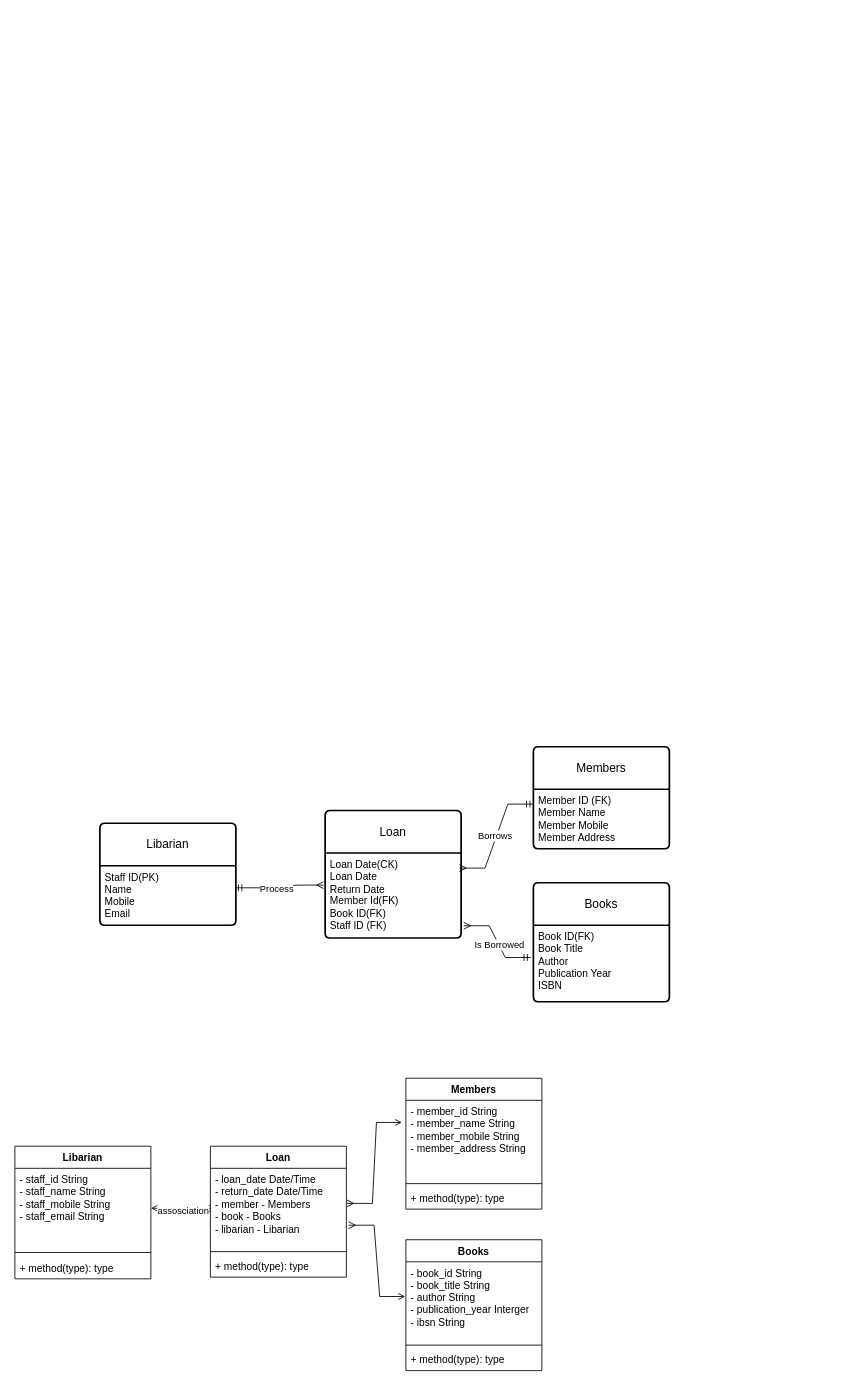
Earlier version of the draw.io diagram Untitled Diagram.drawio (TamaMak/at1). Source tidied: cells renumbered, new cells numbered last; positions are measured from the earlier drawing's top-left corner, leaving out a move shared by most shapes. Both pictures are drawn from the tidied source at 85%, with x=0, y=0 at pixel (14, 746).
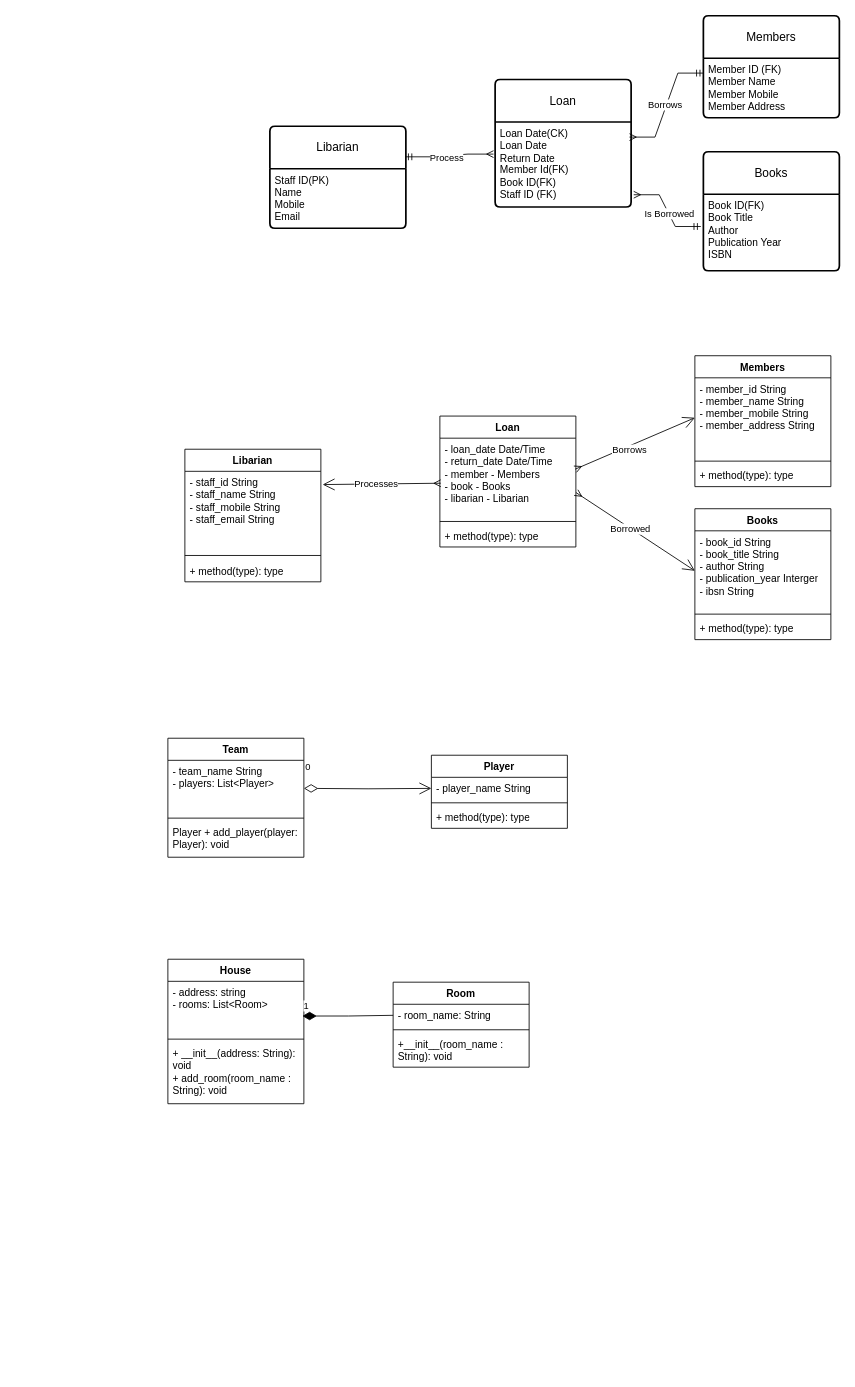
The same page after the edit.

Unchanged cells that the change refers to:
```xml
<mxCell id="7" value="&lt;div&gt;Loan Date(CK)&lt;/div&gt;Loan Date&lt;div&gt;Return Date&lt;/div&gt;&lt;div&gt;Member Id(FK)&lt;/div&gt;&lt;div&gt;Book ID(FK)&lt;/div&gt;&lt;div&gt;Staff ID (FK)&lt;/div&gt;" style="align=left;strokeColor=none;fillColor=none;spacingLeft=4;fontSize=12;verticalAlign=top;html=1;" parent="6" vertex="1">
  <mxGeometry y="50" width="160" height="100" as="geometry" />
</mxCell>
<mxCell id="9" value="Staff ID(PK)&lt;div&gt;Name&amp;nbsp;&lt;/div&gt;&lt;div&gt;Mobile&lt;/div&gt;&lt;div&gt;Email&lt;/div&gt;" style="align=left;strokeColor=none;fillColor=none;spacingLeft=4;fontSize=12;verticalAlign=top;html=1;" parent="8" vertex="1">
  <mxGeometry y="50" width="160" height="70" as="geometry" />
</mxCell>
<mxCell id="17" value="&lt;span style=&quot;text-wrap: nowrap;&quot;&gt;- book_id String&lt;/span&gt;&lt;div style=&quot;text-wrap: nowrap;&quot;&gt;- book_title&amp;nbsp;&lt;span style=&quot;background-color: initial;&quot;&gt;String&lt;/span&gt;&lt;/div&gt;&lt;div style=&quot;text-wrap: nowrap;&quot;&gt;- author&amp;nbsp;&lt;span style=&quot;background-color: initial;&quot;&gt;String&lt;/span&gt;&lt;/div&gt;&lt;div style=&quot;text-wrap: nowrap;&quot;&gt;- publication_year Interger&lt;/div&gt;&lt;div style=&quot;text-wrap: nowrap;&quot;&gt;- ibsn String&lt;/div&gt;" style="text;strokeColor=none;fillColor=none;align=left;verticalAlign=top;spacingLeft=4;spacingRight=4;overflow=hidden;points=[[0,0.5],[1,0.5]];portConstraint=eastwest;whiteSpace=wrap;html=1;" parent="16" vertex="1">
  <mxGeometry y="26" width="160" height="94" as="geometry" />
</mxCell>
<mxCell id="21" value="&lt;span style=&quot;text-wrap: nowrap;&quot;&gt;- member_id String&lt;/span&gt;&lt;div style=&quot;text-wrap: nowrap;&quot;&gt;- member_name&amp;nbsp;&lt;span style=&quot;background-color: initial;&quot;&gt;String&lt;/span&gt;&lt;/div&gt;&lt;div style=&quot;text-wrap: nowrap;&quot;&gt;- member_mobile&amp;nbsp;&lt;span style=&quot;background-color: initial;&quot;&gt;String&lt;/span&gt;&lt;/div&gt;&lt;div style=&quot;text-wrap: nowrap;&quot;&gt;- member_address&amp;nbsp;&lt;span style=&quot;background-color: initial;&quot;&gt;String&lt;/span&gt;&lt;/div&gt;" style="text;strokeColor=none;fillColor=none;align=left;verticalAlign=top;spacingLeft=4;spacingRight=4;overflow=hidden;points=[[0,0.5],[1,0.5]];portConstraint=eastwest;whiteSpace=wrap;html=1;" parent="20" vertex="1">
  <mxGeometry y="26" width="160" height="94" as="geometry" />
</mxCell>
<mxCell id="25" value="&lt;div style=&quot;text-wrap: nowrap;&quot;&gt;- loan_date&amp;nbsp;&lt;span style=&quot;background-color: initial;&quot;&gt;Date/Time&lt;/span&gt;&lt;/div&gt;&lt;div style=&quot;text-wrap: nowrap;&quot;&gt;- return_date Date/Time&lt;/div&gt;&lt;div style=&quot;text-wrap: nowrap;&quot;&gt;- member - Members&lt;/div&gt;&lt;div style=&quot;text-wrap: nowrap;&quot;&gt;&lt;span style=&quot;background-color: initial;&quot;&gt;- book - Books&lt;/span&gt;&lt;/div&gt;&lt;div style=&quot;text-wrap: nowrap;&quot;&gt;- libarian - Libarian&lt;/div&gt;" style="text;strokeColor=none;fillColor=none;align=left;verticalAlign=top;spacingLeft=4;spacingRight=4;overflow=hidden;points=[[0,0.5],[1,0.5]];portConstraint=eastwest;whiteSpace=wrap;html=1;" parent="24" vertex="1">
  <mxGeometry y="26" width="160" height="94" as="geometry" />
</mxCell>
<mxCell id="29" value="- staff_id String&lt;div&gt;- staff_name String&lt;/div&gt;&lt;div&gt;- staff_mobile String&lt;/div&gt;&lt;div&gt;- staff_email String&lt;/div&gt;" style="text;strokeColor=none;fillColor=none;align=left;verticalAlign=top;spacingLeft=4;spacingRight=4;overflow=hidden;points=[[0,0.5],[1,0.5]];portConstraint=eastwest;whiteSpace=wrap;html=1;" parent="28" vertex="1">
  <mxGeometry y="26" width="160" height="94" as="geometry" />
</mxCell>
```

Diff of the diagram source:
```diff
@@
     <mxCell id="2" value="Books" style="swimlane;horizontal=1;startSize=50;rounded=1;fontSize=14;fontStyle=0;strokeWidth=2;shadow=0;dashed=0;align=center;arcSize=4;whiteSpace=wrap;html=1;" parent="1" vertex="1">
-      <mxGeometry x="610" y="160" width="160" height="140" as="geometry" />
+      <mxGeometry x="810" y="-700" width="160" height="140" as="geometry" />
     </mxCell>
@@
     <mxCell id="4" value="Members" style="swimlane;horizontal=1;startSize=50;rounded=1;fontSize=14;fontStyle=0;strokeWidth=2;shadow=0;dashed=0;align=center;arcSize=4;whiteSpace=wrap;html=1;" parent="1" vertex="1">
-      <mxGeometry x="610" width="160" height="120" as="geometry" />
+      <mxGeometry x="810" y="-860" width="160" height="120" as="geometry" />
     </mxCell>
@@
     <mxCell id="6" value="Loan" style="swimlane;horizontal=1;startSize=50;rounded=1;fontSize=14;fontStyle=0;strokeWidth=2;shadow=0;dashed=0;align=center;arcSize=4;whiteSpace=wrap;html=1;" parent="1" vertex="1">
-      <mxGeometry x="365" y="75" width="160" height="150" as="geometry" />
+      <mxGeometry x="565" y="-785" width="160" height="150" as="geometry" />
     </mxCell>
@@
     <mxCell id="8" value="Libarian" style="swimlane;horizontal=1;startSize=50;rounded=1;fontSize=14;fontStyle=0;strokeWidth=2;shadow=0;dashed=0;align=center;arcSize=4;whiteSpace=wrap;html=1;" parent="1" vertex="1">
-      <mxGeometry x="100" y="90" width="160" height="120" as="geometry" />
+      <mxGeometry x="300" y="-730" width="160" height="120" as="geometry" />
     </mxCell>
@@
-    <mxCell id="14" style="edgeStyle=entityRelationEdgeStyle;fontSize=12;html=1;endArrow=ERmany;rounded=0;entryX=-0.012;entryY=0.378;entryDx=0;entryDy=0;entryPerimeter=0;exitX=0.994;exitY=0.371;exitDx=0;exitDy=0;exitPerimeter=0;endFill=0;startArrow=ERmandOne;startFill=0;" parent="1" edge="1" source="9" target="7">
-      <mxGeometry relative="1" as="geometry" />
+    <mxCell id="14" style="edgeStyle=entityRelationEdgeStyle;fontSize=12;html=1;endArrow=ERmany;rounded=0;entryX=-0.012;entryY=0.378;entryDx=0;entryDy=0;entryPerimeter=0;exitX=0.994;exitY=0.371;exitDx=0;exitDy=0;exitPerimeter=0;endFill=0;startArrow=ERmandOne;startFill=0;" parent="1" edge="1" target="7">
+      <mxGeometry relative="1" as="geometry">
+        <mxPoint x="459" y="-694" as="sourcePoint" />
+      </mxGeometry>
     </mxCell>
@@
     <mxCell id="16" value="Books" style="swimlane;fontStyle=1;align=center;verticalAlign=top;horizontal=1;startSize=26;whiteSpace=wrap;html=1;" parent="1" vertex="1">
-      <mxGeometry x="460" y="580" width="160" height="154" as="geometry" />
+      <mxGeometry x="800" y="-280" width="160" height="154" as="geometry" />
     </mxCell>
@@
     <mxCell id="20" value="Members" style="swimlane;fontStyle=1;align=center;verticalAlign=top;horizontal=1;startSize=26;whiteSpace=wrap;html=1;" parent="1" vertex="1">
-      <mxGeometry x="460" y="390" width="160" height="154" as="geometry" />
+      <mxGeometry x="800" y="-460" width="160" height="154" as="geometry" />
     </mxCell>
@@
     <mxCell id="24" value="Loan" style="swimlane;fontStyle=1;align=center;verticalAlign=top;horizontal=1;startSize=26;whiteSpace=wrap;html=1;" parent="1" vertex="1">
-      <mxGeometry x="230" y="470" width="160" height="154" as="geometry" />
+      <mxGeometry x="500" y="-389" width="160" height="154" as="geometry" />
     </mxCell>
@@
     <mxCell id="28" value="Libarian" style="swimlane;fontStyle=1;align=center;verticalAlign=top;horizontal=1;startSize=26;whiteSpace=wrap;html=1;" parent="1" vertex="1">
-      <mxGeometry y="470" width="160" height="156" as="geometry" />
+      <mxGeometry x="200" y="-350" width="160" height="156" as="geometry" />
     </mxCell>
@@
-    <mxCell id="32" style="edgeStyle=entityRelationEdgeStyle;fontSize=12;html=1;endArrow=ERmany;endFill=0;rounded=0;entryX=0;entryY=0.5;entryDx=0;entryDy=0;exitX=1;exitY=0.5;exitDx=0;exitDy=0;startArrow=open;startFill=0;" parent="1" edge="1" source="29" target="25">
-      <mxGeometry relative="1" as="geometry" />
-    </mxCell>
-    <mxCell id="33" value="assosciation" style="edgeLabel;html=1;align=center;verticalAlign=middle;" parent="32" vertex="1">
-      <mxGeometry x="0.07" y="-2" relative="1" as="geometry" />
-    </mxCell>
-    <mxCell id="34" style="edgeStyle=entityRelationEdgeStyle;fontSize=12;html=1;endArrow=ERmany;endFill=0;rounded=0;entryX=1.004;entryY=0.439;entryDx=0;entryDy=0;entryPerimeter=0;exitX=-0.029;exitY=0.277;exitDx=0;exitDy=0;exitPerimeter=0;startArrow=open;startFill=0;" parent="1" edge="1" source="21" target="25">
-      <mxGeometry relative="1" as="geometry" />
-    </mxCell>
-    <mxCell id="35" style="edgeStyle=entityRelationEdgeStyle;fontSize=12;html=1;endArrow=ERmany;endFill=0;rounded=0;entryX=1.016;entryY=0.712;entryDx=0;entryDy=0;entryPerimeter=0;exitX=-0.005;exitY=0.434;exitDx=0;exitDy=0;exitPerimeter=0;startArrow=open;startFill=0;" parent="1" edge="1" source="17" target="25">
-      <mxGeometry relative="1" as="geometry" />
-    </mxCell>
+    <mxCell id="36" style="endArrow=open;endFill=1;endSize=12;html=1;rounded=0;entryX=1.013;entryY=0.591;entryDx=0;entryDy=0;entryPerimeter=0;startArrow=ERmany;startFill=0;" parent="1" edge="1">
+      <mxGeometry relative="1" as="geometry">
+        <mxPoint x="501" y="-310" as="sourcePoint" />
+        <mxPoint x="362.1" y="-308.4" as="targetPoint" />
+      </mxGeometry>
+    </mxCell>
+    <mxCell id="37" value="Processes" style="edgeLabel;html=1;align=center;verticalAlign=middle;" parent="36" vertex="1">
+      <mxGeometry x="0.11" relative="1" as="geometry" />
+    </mxCell>
+    <mxCell id="38" style="endArrow=open;endFill=1;endSize=12;html=1;rounded=0;entryX=0;entryY=0.5;entryDx=0;entryDy=0;exitX=0.995;exitY=0.388;exitDx=0;exitDy=0;exitPerimeter=0;startArrow=ERmany;startFill=0;" parent="1" edge="1" source="25" target="21">
+      <mxGeometry relative="1" as="geometry" />
+    </mxCell>
+    <mxCell id="39" value="Borrows" style="edgeLabel;html=1;align=center;verticalAlign=middle;" parent="38" vertex="1">
+      <mxGeometry x="-0.13" y="-4" relative="1" as="geometry" />
+    </mxCell>
+    <mxCell id="40" style="endArrow=open;endFill=1;endSize=12;html=1;rounded=0;entryX=0;entryY=0.5;entryDx=0;entryDy=0;exitX=1.001;exitY=0.681;exitDx=0;exitDy=0;exitPerimeter=0;startArrow=ERmany;startFill=0;" parent="1" edge="1" source="25" target="17">
+      <mxGeometry relative="1" as="geometry" />
+    </mxCell>
+    <mxCell id="41" value="Borrowed" style="edgeLabel;html=1;align=center;verticalAlign=middle;" parent="40" vertex="1">
+      <mxGeometry x="-0.09" y="-1" relative="1" as="geometry" />
+    </mxCell>
+    <mxCell id="42" value="Player" style="swimlane;fontStyle=1;align=center;verticalAlign=top;horizontal=1;startSize=26;whiteSpace=wrap;html=1;" parent="1" vertex="1">
+      <mxGeometry x="490" y="10" width="160" height="86" as="geometry" />
+    </mxCell>
+    <mxCell id="43" value="- player_name String" style="text;strokeColor=none;fillColor=none;align=left;verticalAlign=top;spacingLeft=4;spacingRight=4;overflow=hidden;points=[[0,0.5],[1,0.5]];portConstraint=eastwest;whiteSpace=wrap;html=1;" parent="42" vertex="1">
+      <mxGeometry y="26" width="160" height="26" as="geometry" />
+    </mxCell>
+    <mxCell id="44" style="line;strokeWidth=1;fillColor=none;align=left;verticalAlign=middle;spacingTop=-1;spacingLeft=3;spacingRight=3;labelPosition=right;strokeColor=inherit;" parent="42" vertex="1">
+      <mxGeometry y="52" width="160" height="8" as="geometry" />
+    </mxCell>
+    <mxCell id="45" value="+ method(type): type" style="text;strokeColor=none;fillColor=none;align=left;verticalAlign=top;spacingLeft=4;spacingRight=4;overflow=hidden;whiteSpace=wrap;html=1;" parent="42" vertex="1">
+      <mxGeometry y="60" width="160" height="26" as="geometry" />
+    </mxCell>
+    <mxCell id="46" value="Team" style="swimlane;fontStyle=1;align=center;verticalAlign=top;horizontal=1;startSize=26;whiteSpace=wrap;html=1;" parent="1" vertex="1">
+      <mxGeometry x="180" y="-10" width="160" height="140" as="geometry" />
+    </mxCell>
+    <mxCell id="47" value="- team_name String&lt;div&gt;- players: List&amp;lt;Player&amp;gt;&lt;/div&gt;" style="text;strokeColor=none;fillColor=none;align=left;verticalAlign=top;spacingLeft=4;spacingRight=4;overflow=hidden;whiteSpace=wrap;html=1;" parent="46" vertex="1">
+      <mxGeometry y="26" width="160" height="64" as="geometry" />
+    </mxCell>
+    <mxCell id="48" style="line;strokeWidth=1;fillColor=none;align=left;verticalAlign=middle;spacingTop=-1;spacingLeft=3;spacingRight=3;labelPosition=right;strokeColor=inherit;" parent="46" vertex="1">
+      <mxGeometry y="90" width="160" height="8" as="geometry" />
+    </mxCell>
+    <mxCell id="49" value="&lt;div&gt;Player + add_player(player: Player): void&lt;br&gt;&lt;/div&gt;" style="text;strokeColor=none;fillColor=none;align=left;verticalAlign=top;spacingLeft=4;spacingRight=4;overflow=hidden;whiteSpace=wrap;html=1;" parent="46" vertex="1">
+      <mxGeometry y="98" width="160" height="42" as="geometry" />
+    </mxCell>
+    <mxCell id="50" value="0&lt;div&gt;&lt;br&gt;&lt;/div&gt;" style="endArrow=open;html=1;endSize=12;startArrow=diamondThin;startSize=14;startFill=0;edgeStyle=orthogonalEdgeStyle;align=left;verticalAlign=bottom;rounded=0;entryX=0;entryY=0.5;entryDx=0;entryDy=0;" parent="1" edge="1" target="43">
+      <mxGeometry x="-1" y="3" relative="1" as="geometry">
+        <mxPoint x="340" y="49" as="sourcePoint" />
+      </mxGeometry>
+    </mxCell>
+    <mxCell id="51" value="Room" style="swimlane;fontStyle=1;align=center;verticalAlign=top;horizontal=1;startSize=26;whiteSpace=wrap;html=1;" parent="1" vertex="1">
+      <mxGeometry x="445" y="277" width="160" height="100" as="geometry" />
+    </mxCell>
+    <mxCell id="52" value="- room_name: String" style="text;strokeColor=none;fillColor=none;align=left;verticalAlign=top;spacingLeft=4;spacingRight=4;overflow=hidden;points=[[0,0.5],[1,0.5]];portConstraint=eastwest;whiteSpace=wrap;html=1;" parent="51" vertex="1">
+      <mxGeometry y="26" width="160" height="26" as="geometry" />
+    </mxCell>
+    <mxCell id="53" style="line;strokeWidth=1;fillColor=none;align=left;verticalAlign=middle;spacingTop=-1;spacingLeft=3;spacingRight=3;labelPosition=right;strokeColor=inherit;" parent="51" vertex="1">
+      <mxGeometry y="52" width="160" height="8" as="geometry" />
+    </mxCell>
+    <mxCell id="54" value="+__init__(room_name : String): void" style="text;strokeColor=none;fillColor=none;align=left;verticalAlign=top;spacingLeft=4;spacingRight=4;overflow=hidden;whiteSpace=wrap;html=1;" parent="51" vertex="1">
+      <mxGeometry y="60" width="160" height="40" as="geometry" />
+    </mxCell>
+    <mxCell id="55" value="House" style="swimlane;fontStyle=1;align=center;verticalAlign=top;horizontal=1;startSize=26;whiteSpace=wrap;html=1;" parent="1" vertex="1">
+      <mxGeometry x="180" y="250" width="160" height="170" as="geometry" />
+    </mxCell>
+    <mxCell id="56" value="- address: string&lt;div&gt;- rooms: List&amp;lt;Room&amp;gt;&lt;/div&gt;" style="text;strokeColor=none;fillColor=none;align=left;verticalAlign=top;spacingLeft=4;spacingRight=4;overflow=hidden;points=[[0,0.5],[1,0.5]];portConstraint=eastwest;whiteSpace=wrap;html=1;" parent="55" vertex="1">
+      <mxGeometry y="26" width="160" height="64" as="geometry" />
+    </mxCell>
+    <mxCell id="57" style="line;strokeWidth=1;fillColor=none;align=left;verticalAlign=middle;spacingTop=-1;spacingLeft=3;spacingRight=3;labelPosition=right;strokeColor=inherit;" parent="55" vertex="1">
+      <mxGeometry y="90" width="160" height="8" as="geometry" />
+    </mxCell>
+    <mxCell id="58" value="&lt;div&gt;+ __init__(address: String): void&lt;/div&gt;+ add_room(room_name : String): void" style="text;strokeColor=none;fillColor=none;align=left;verticalAlign=top;spacingLeft=4;spacingRight=4;overflow=hidden;whiteSpace=wrap;html=1;" parent="55" vertex="1">
+      <mxGeometry y="98" width="160" height="72" as="geometry" />
+    </mxCell>
+    <mxCell id="59" value="1" style="endArrow=none;html=1;endSize=12;startArrow=diamondThin;startSize=14;startFill=1;edgeStyle=orthogonalEdgeStyle;align=left;verticalAlign=bottom;rounded=0;exitX=0.989;exitY=0.638;exitDx=0;exitDy=0;exitPerimeter=0;entryX=0;entryY=0.5;entryDx=0;entryDy=0;endFill=0;" parent="1" edge="1" source="56" target="52">
+      <mxGeometry x="-1" y="3" relative="1" as="geometry" />
+    </mxCell>
```
